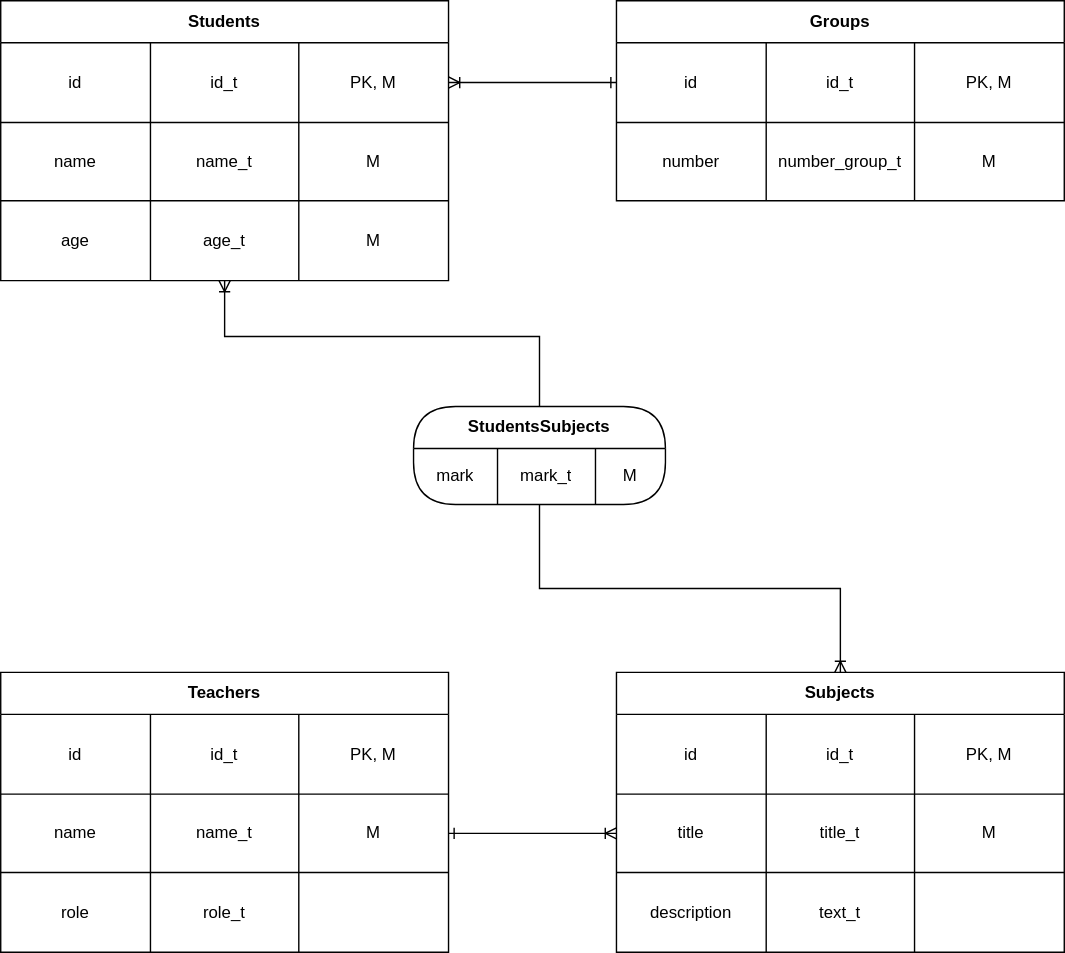
OlegUtusikov/DataBaseCourse keeps this draw.io diagram as Entity.svg. Above is the earlier version. Source tidied: cells renumbered, new cells last; positions are measured from the earlier drawing's top-left corner, leaving out a move shared by most shapes.
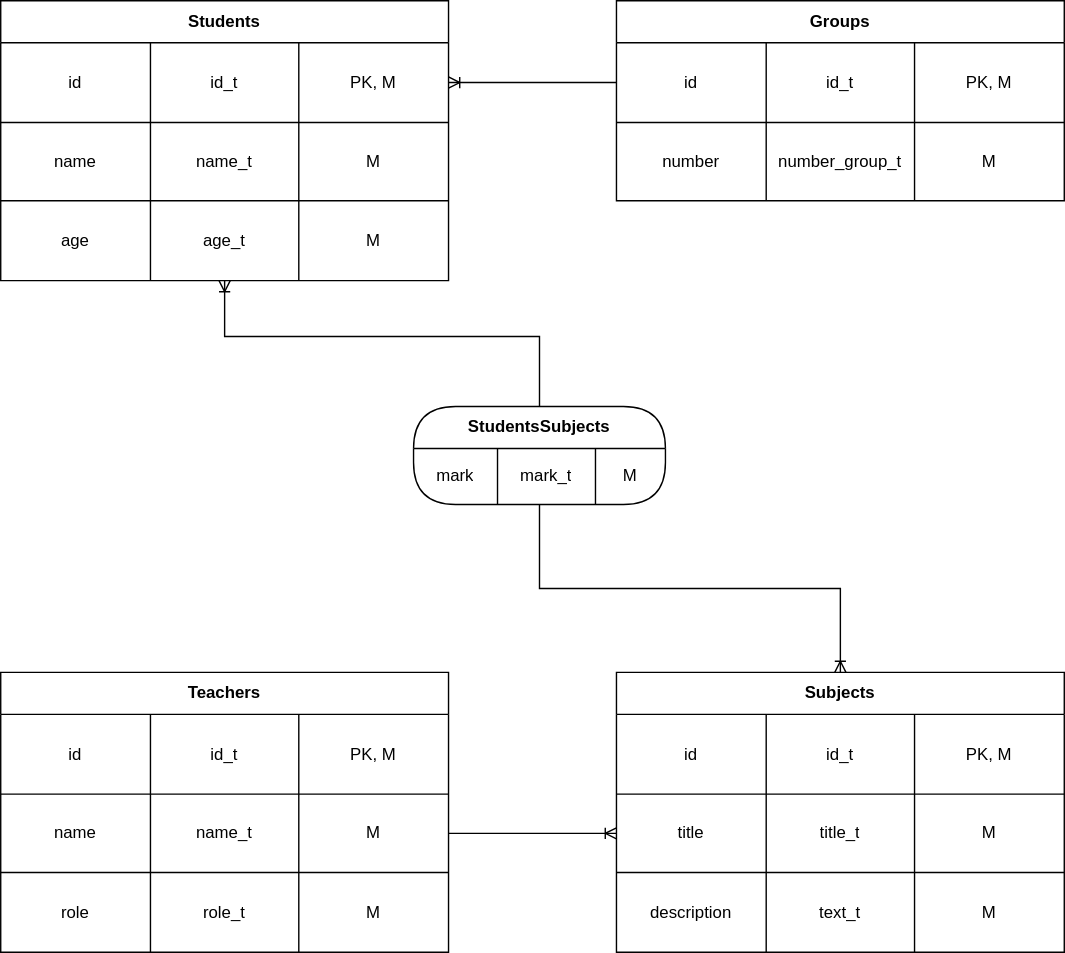
The same file after the commit.

What changed in the source:
```diff
@@ -104,7 +104,7 @@
     <mxCell id="35" value="role_t" style="shape=partialRectangle;html=1;whiteSpace=wrap;fillColor=none;top=0;left=0;bottom=0;right=0;overflow=hidden;" parent="33" vertex="1">
       <mxGeometry x="107" width="106" height="57" as="geometry" />
     </mxCell>
-    <mxCell id="36" style="shape=partialRectangle;html=1;whiteSpace=wrap;fillColor=none;top=0;left=0;bottom=0;right=0;overflow=hidden;" parent="33" vertex="1">
+    <mxCell id="36" value="M" style="shape=partialRectangle;html=1;whiteSpace=wrap;fillColor=none;top=0;left=0;bottom=0;right=0;overflow=hidden;" parent="33" vertex="1">
       <mxGeometry x="213" width="107" height="57" as="geometry" />
     </mxCell>
     <mxCell id="37" value="Subjects" style="shape=table;html=1;whiteSpace=wrap;startSize=30;fontStyle=1;align=center;" parent="1" vertex="1">
@@ -143,7 +143,7 @@
     <mxCell id="48" value="text_t" style="shape=partialRectangle;html=1;whiteSpace=wrap;fillColor=none;top=0;left=0;bottom=0;right=0;overflow=hidden;" parent="46" vertex="1">
       <mxGeometry x="107" width="106" height="57" as="geometry" />
     </mxCell>
-    <mxCell id="49" style="shape=partialRectangle;html=1;whiteSpace=wrap;fillColor=none;top=0;left=0;bottom=0;right=0;overflow=hidden;" parent="46" vertex="1">
+    <mxCell id="49" value="M" style="shape=partialRectangle;html=1;whiteSpace=wrap;fillColor=none;top=0;left=0;bottom=0;right=0;overflow=hidden;" parent="46" vertex="1">
       <mxGeometry x="213" width="107" height="57" as="geometry" />
     </mxCell>
     <mxCell id="50" style="edgeStyle=orthogonalEdgeStyle;rounded=0;jettySize=auto;html=1;exitX=0.5;exitY=1;exitDx=0;exitDy=0;entryX=0.5;entryY=0;entryDx=0;entryDy=0;startArrow=none;startFill=0;endArrow=ERoneToMany;endFill=0;" parent="1" edge="1" source="52" target="37">
@@ -177,10 +177,10 @@
     <mxCell id="56" value="M" style="shape=partialRectangle;html=1;whiteSpace=wrap;fillColor=none;top=0;left=0;bottom=0;right=0;overflow=hidden;" parent="53" vertex="1">
       <mxGeometry x="130" width="50" height="40" as="geometry" />
     </mxCell>
-    <mxCell id="57" style="edgeStyle=orthogonalEdgeStyle;rounded=0;jettySize=auto;html=1;exitX=1;exitY=0.5;exitDx=0;exitDy=0;entryX=0;entryY=0.5;entryDx=0;entryDy=0;startArrow=ERone;startFill=0;endArrow=ERoneToMany;endFill=0;" parent="1" edge="1" source="29" target="42">
+    <mxCell id="57" style="edgeStyle=orthogonalEdgeStyle;rounded=0;jettySize=auto;html=1;exitX=1;exitY=0.5;exitDx=0;exitDy=0;entryX=0;entryY=0.5;entryDx=0;entryDy=0;startArrow=none;startFill=0;endArrow=ERoneToMany;endFill=0;" parent="1" edge="1" source="29" target="42">
       <mxGeometry relative="1" as="geometry" />
     </mxCell>
-    <mxCell id="58" style="edgeStyle=orthogonalEdgeStyle;rounded=0;jettySize=auto;html=1;exitX=1;exitY=0.5;exitDx=0;exitDy=0;entryX=0;entryY=0.5;entryDx=0;entryDy=0;startArrow=ERoneToMany;startFill=0;endArrow=ERone;endFill=0;" parent="1" edge="1" source="3" target="16">
+    <mxCell id="58" style="edgeStyle=orthogonalEdgeStyle;rounded=0;jettySize=auto;html=1;exitX=1;exitY=0.5;exitDx=0;exitDy=0;entryX=0;entryY=0.5;entryDx=0;entryDy=0;startArrow=ERoneToMany;startFill=0;endArrow=none;endFill=0;" parent="1" edge="1" source="3" target="16">
       <mxGeometry relative="1" as="geometry" />
     </mxCell>
   </root>
```
